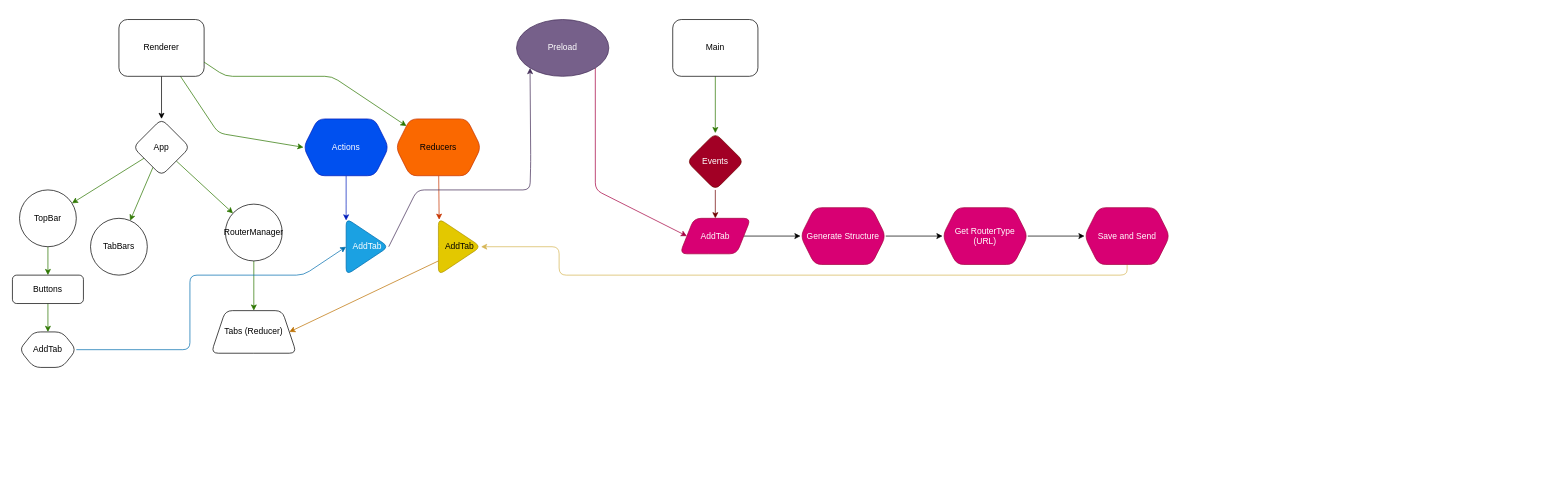
Above: Drawio/router.drawio in FrostBreker/AeroBrowser (draw.io), before the change. Source tidied: cells renumbered, new cells numbered last; positions are measured from the earlier drawing's top-left corner, leaving out a move shared by most shapes. Both pictures are drawn from the tidied source at 71%, with x=0, y=0 at pixel (12, 19).
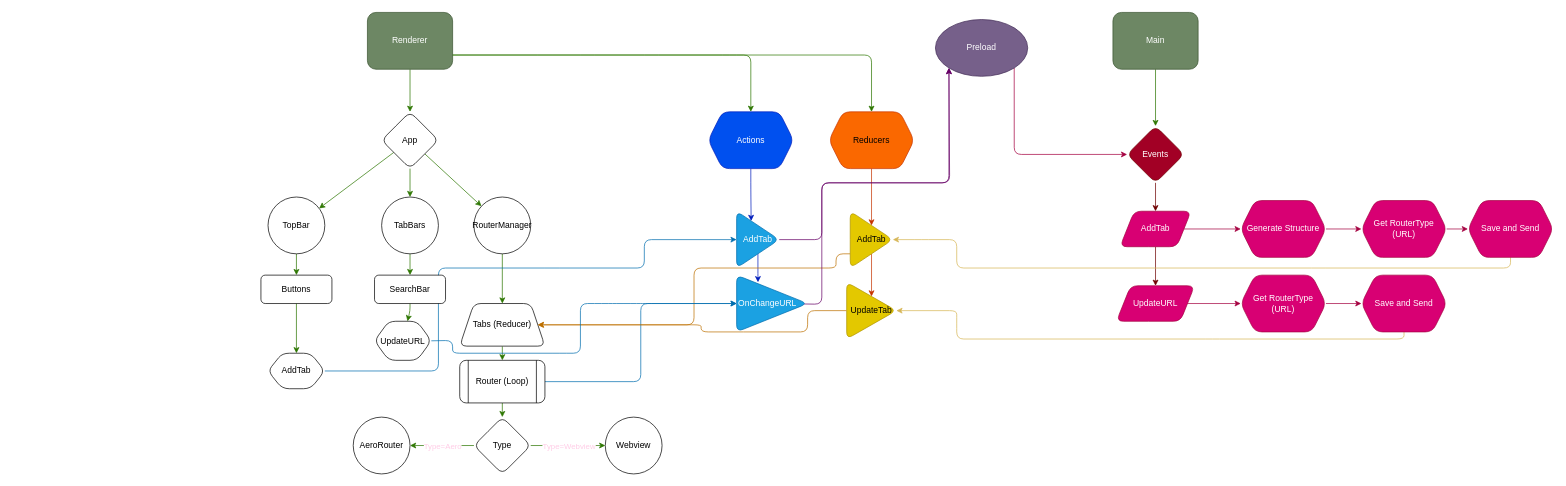
The same diagram, later.

Commit message:
Continue working on the router architecture

Diff of the diagram source:
```diff
@@
-    <mxCell id="2" style="edgeStyle=none;html=1;rounded=1;" parent="1" edge="1" source="4" target="13">
+    <mxCell id="2" style="edgeStyle=none;html=1;rounded=1;fillColor=#60a917;strokeColor=#2D7600;" parent="1" edge="1" source="4" target="13">
       <mxGeometry relative="1" as="geometry" />
     </mxCell>
-    <mxCell id="3" style="edgeStyle=none;html=1;entryX=0;entryY=0.5;entryDx=0;entryDy=0;fillColor=#60a917;strokeColor=#2D7600;" parent="1" edge="1" source="4" target="23">
+    <mxCell id="3" style="edgeStyle=none;html=1;entryX=0.5;entryY=0;entryDx=0;entryDy=0;fillColor=#60a917;strokeColor=#2D7600;exitX=1;exitY=0.75;exitDx=0;exitDy=0;" parent="1" edge="1" source="4" target="23">
       <mxGeometry relative="1" as="geometry">
         <Array as="points">
-          <mxPoint x="290" y="160" />
+          <mxPoint x="750" y="50" />
+          <mxPoint x="900" y="50" />
+          <mxPoint x="1040" y="50" />
         </Array>
       </mxGeometry>
     </mxCell>
-    <mxCell id="4" value="Renderer" style="whiteSpace=wrap;html=1;rounded=1;" parent="1" vertex="1">
-      <mxGeometry x="150" width="120" height="80" as="geometry" />
+    <mxCell id="4" value="Renderer" style="whiteSpace=wrap;html=1;rounded=1;fillColor=#6d8764;fontColor=#ffffff;strokeColor=#3A5431;" parent="1" vertex="1">
+      <mxGeometry x="500" y="-10" width="120" height="80" as="geometry" />
     </mxCell>
@@
-    <mxCell id="6" value="Main" style="whiteSpace=wrap;html=1;rounded=1;" parent="1" vertex="1">
-      <mxGeometry x="930" width="120" height="80" as="geometry" />
+    <mxCell id="6" value="Main" style="whiteSpace=wrap;html=1;rounded=1;fillColor=#6d8764;fontColor=#ffffff;strokeColor=#3A5431;" parent="1" vertex="1">
+      <mxGeometry x="1550" y="-10" width="120" height="80" as="geometry" />
     </mxCell>
-    <mxCell id="7" style="edgeStyle=none;html=1;exitX=1;exitY=1;exitDx=0;exitDy=0;entryX=0;entryY=0.5;entryDx=0;entryDy=0;fillColor=#d80073;strokeColor=#A50040;" parent="1" edge="1" source="8" target="35">
+    <mxCell id="7" style="edgeStyle=none;html=1;exitX=1;exitY=1;exitDx=0;exitDy=0;entryX=0;entryY=0.5;entryDx=0;entryDy=0;fillColor=#d80073;strokeColor=#A50040;" parent="1" edge="1" source="8" target="25">
       <mxGeometry relative="1" as="geometry">
         <Array as="points">
-          <mxPoint x="821" y="240" />
+          <mxPoint x="1411" y="190" />
         </Array>
       </mxGeometry>
     </mxCell>
     <mxCell id="8" value="Preload" style="ellipse;whiteSpace=wrap;html=1;rounded=1;fillColor=#76608a;fontColor=#ffffff;strokeColor=#432D57;" parent="1" vertex="1">
-      <mxGeometry x="710" width="130" height="80" as="geometry" />
+      <mxGeometry x="1300" width="130" height="80" as="geometry" />
     </mxCell>
@@
     <mxCell id="12" style="edgeStyle=none;html=1;exitX=1;exitY=0.75;exitDx=0;exitDy=0;fillColor=#60a917;strokeColor=#2D7600;" parent="1" edge="1" source="4" target="21">
       <mxGeometry relative="1" as="geometry">
         <Array as="points">
-          <mxPoint x="300" y="80" />
-          <mxPoint x="450" y="80" />
+          <mxPoint x="810" y="50" />
+          <mxPoint x="1010" y="50" />
+          <mxPoint x="1210" y="50" />
         </Array>
       </mxGeometry>
     </mxCell>
     <mxCell id="13" value="App" style="rhombus;whiteSpace=wrap;html=1;rounded=1;" parent="1" vertex="1">
-      <mxGeometry x="170" y="140" width="80" height="80" as="geometry" />
+      <mxGeometry x="520" y="130" width="80" height="80" as="geometry" />
     </mxCell>
@@
     <mxCell id="15" value="RouterManager" style="ellipse;whiteSpace=wrap;html=1;rounded=1;" parent="1" vertex="1">
-      <mxGeometry x="300" y="260" width="80" height="80" as="geometry" />
+      <mxGeometry x="650" y="250" width="80" height="80" as="geometry" />
     </mxCell>
@@
     <mxCell id="17" value="TopBar" style="ellipse;whiteSpace=wrap;html=1;rounded=1;" parent="1" vertex="1">
-      <mxGeometry x="10" y="240" width="80" height="80" as="geometry" />
+      <mxGeometry x="360" y="250" width="80" height="80" as="geometry" />
     </mxCell>
+    <mxCell id="42" style="edgeStyle=none;rounded=1;jumpStyle=none;html=1;exitX=0.5;exitY=1;exitDx=0;exitDy=0;entryX=0.5;entryY=0;entryDx=0;entryDy=0;strokeColor=#2D7600;fontFamily=Helvetica;fontColor=#FFCCE6;startArrow=none;startFill=0;elbow=vertical;fillColor=#60a917;" parent="1" edge="1" source="18" target="68">
+      <mxGeometry relative="1" as="geometry" />
+    </mxCell>
     <mxCell id="18" value="TabBars" style="ellipse;whiteSpace=wrap;html=1;rounded=1;" parent="1" vertex="1">
-      <mxGeometry x="110" y="280" width="80" height="80" as="geometry" />
+      <mxGeometry x="520" y="250" width="80" height="80" as="geometry" />
     </mxCell>
+    <mxCell id="43" style="edgeStyle=none;html=1;fillColor=#60a917;strokeColor=#2D7600;" parent="1" edge="1" source="19" target="49">
+      <mxGeometry relative="1" as="geometry" />
+    </mxCell>
     <mxCell id="19" value="Tabs (Reducer)" style="shape=trapezoid;perimeter=trapezoidPerimeter;whiteSpace=wrap;html=1;fixedSize=1;rounded=1;" parent="1" vertex="1">
-      <mxGeometry x="280" y="410" width="120" height="60" as="geometry" />
+      <mxGeometry x="630" y="400" width="120" height="60" as="geometry" />
     </mxCell>
-    <mxCell id="20" style="edgeStyle=none;html=1;entryX=0.017;entryY=0.025;entryDx=0;entryDy=0;entryPerimeter=0;fillColor=#fa6800;strokeColor=#C73500;" parent="1" edge="1" source="21" target="33">
+    <mxCell id="20" style="edgeStyle=none;html=1;fillColor=#fa6800;strokeColor=#C73500;" parent="1" edge="1" source="21" target="33">
       <mxGeometry relative="1" as="geometry" />
     </mxCell>
     <mxCell id="21" value="Reducers" style="shape=hexagon;perimeter=hexagonPerimeter2;whiteSpace=wrap;html=1;fixedSize=1;rounded=1;fillColor=#fa6800;fontColor=#000000;strokeColor=#C73500;" parent="1" vertex="1">
-      <mxGeometry x="540" y="140" width="120" height="80" as="geometry" />
+      <mxGeometry x="1150" y="130" width="120" height="80" as="geometry" />
     </mxCell>
-    <mxCell id="22" style="edgeStyle=none;html=1;entryX=0;entryY=0.038;entryDx=0;entryDy=0;entryPerimeter=0;fillColor=#0050ef;strokeColor=#001DBC;" parent="1" edge="1" source="23" target="31">
-      <mxGeometry relative="1" as="geometry">
-        <Array as="points">
-          <mxPoint x="470" y="270" />
-        </Array>
-      </mxGeometry>
+    <mxCell id="22" style="edgeStyle=orthogonalEdgeStyle;rounded=1;jumpStyle=none;html=1;exitX=0.5;exitY=1;exitDx=0;exitDy=0;entryX=0.341;entryY=0.171;entryDx=0;entryDy=0;entryPerimeter=0;strokeColor=#001DBC;fontFamily=Helvetica;fontColor=#FFCCE6;startArrow=none;startFill=0;elbow=vertical;fillColor=#0050ef;" parent="1" edge="1" source="23" target="31">
+      <mxGeometry relative="1" as="geometry" />
     </mxCell>
     <mxCell id="23" value="Actions" style="shape=hexagon;perimeter=hexagonPerimeter2;whiteSpace=wrap;html=1;fixedSize=1;rounded=1;fillColor=#0050ef;fontColor=#ffffff;strokeColor=#001DBC;" parent="1" vertex="1">
-      <mxGeometry x="410" y="140" width="120" height="80" as="geometry" />
+      <mxGeometry x="980" y="130" width="120" height="80" as="geometry" />
     </mxCell>
@@
     <mxCell id="25" value="Events" style="rhombus;whiteSpace=wrap;html=1;rounded=1;fillColor=#a20025;fontColor=#ffffff;strokeColor=#6F0000;" parent="1" vertex="1">
-      <mxGeometry x="950" y="160" width="80" height="80" as="geometry" />
+      <mxGeometry x="1570" y="150" width="80" height="80" as="geometry" />
     </mxCell>
@@
     <mxCell id="27" value="Buttons" style="rounded=1;whiteSpace=wrap;html=1;" parent="1" vertex="1">
-      <mxGeometry y="360" width="100" height="40" as="geometry" />
+      <mxGeometry x="350" y="360" width="100" height="40" as="geometry" />
     </mxCell>
     <mxCell id="28" style="edgeStyle=none;html=1;exitX=1;exitY=0.5;exitDx=0;exitDy=0;entryX=0;entryY=0.5;entryDx=0;entryDy=0;fillColor=#1ba1e2;strokeColor=#006EAF;" parent="1" edge="1" source="29" target="31">
       <mxGeometry relative="1" as="geometry">
         <Array as="points">
-          <mxPoint x="250" y="465" />
-          <mxPoint x="250" y="360" />
-          <mxPoint x="410" y="360" />
+          <mxPoint x="600" y="495" />
+          <mxPoint x="600" y="350" />
+          <mxPoint x="760" y="350" />
+          <mxPoint x="890" y="350" />
+          <mxPoint x="890" y="310" />
         </Array>
       </mxGeometry>
     </mxCell>
     <mxCell id="29" value="AddTab" style="shape=hexagon;perimeter=hexagonPerimeter2;whiteSpace=wrap;html=1;fixedSize=1;rounded=1;" parent="1" vertex="1">
-      <mxGeometry x="10" y="440" width="80" height="50" as="geometry" />
+      <mxGeometry x="360" y="470" width="80" height="50" as="geometry" />
     </mxCell>
-    <mxCell id="30" style="edgeStyle=none;html=1;exitX=1;exitY=0.5;exitDx=0;exitDy=0;entryX=0;entryY=1;entryDx=0;entryDy=0;fillColor=#76608a;strokeColor=#432D57;" parent="1" edge="1" source="31" target="8">
+    <mxCell id="30" style="edgeStyle=none;html=1;exitX=1;exitY=0.5;exitDx=0;exitDy=0;entryX=0;entryY=1;entryDx=0;entryDy=0;fillColor=#76608a;strokeColor=#660066;" parent="1" edge="1" source="31" target="8">
       <mxGeometry relative="1" as="geometry">
         <Array as="points">
-          <mxPoint x="570" y="240" />
-          <mxPoint x="729" y="240" />
-          <mxPoint x="730" y="200" />
+          <mxPoint x="1140" y="310" />
+          <mxPoint x="1140" y="230" />
+          <mxPoint x="1319" y="230" />
         </Array>
       </mxGeometry>
     </mxCell>
+    <mxCell id="44" style="edgeStyle=orthogonalEdgeStyle;rounded=1;jumpStyle=none;html=1;exitX=0.5;exitY=1;exitDx=0;exitDy=0;entryX=0.301;entryY=0.125;entryDx=0;entryDy=0;entryPerimeter=0;strokeColor=#001DBC;fontFamily=Helvetica;fontColor=#FFCCE6;startArrow=none;startFill=0;elbow=vertical;fillColor=#0050ef;" parent="1" edge="1" source="31" target="66">
+      <mxGeometry relative="1" as="geometry" />
+    </mxCell>
     <mxCell id="31" value="AddTab" style="triangle;whiteSpace=wrap;html=1;rounded=1;rotation=0;fillColor=#1ba1e2;fontColor=#ffffff;strokeColor=#006EAF;" parent="1" vertex="1">
-      <mxGeometry x="470" y="280" width="60" height="80" as="geometry" />
+      <mxGeometry x="1020" y="270" width="60" height="80" as="geometry" />
     </mxCell>
     <mxCell id="32" style="edgeStyle=none;html=1;exitX=0;exitY=0.75;exitDx=0;exitDy=0;entryX=1;entryY=0.5;entryDx=0;entryDy=0;fillColor=#f0a30a;strokeColor=#BD7000;" parent="1" edge="1" source="33" target="19">
-      <mxGeometry relative="1" as="geometry" />
+      <mxGeometry relative="1" as="geometry">
+        <Array as="points">
+          <mxPoint x="1160" y="330" />
+          <mxPoint x="1160" y="350" />
+          <mxPoint x="960" y="350" />
+          <mxPoint x="960" y="430" />
+        </Array>
+      </mxGeometry>
     </mxCell>
+    <mxCell id="45" style="edgeStyle=none;html=1;fillColor=#fa6800;strokeColor=#C73500;" parent="1" edge="1" source="33" target="57">
+      <mxGeometry relative="1" as="geometry" />
+    </mxCell>
     <mxCell id="33" value="AddTab" style="triangle;whiteSpace=wrap;html=1;rounded=1;rotation=0;fillColor=#e3c800;fontColor=#000000;strokeColor=#B09500;" parent="1" vertex="1">
-      <mxGeometry x="600" y="280" width="60" height="80" as="geometry" />
+      <mxGeometry x="1180" y="270" width="60" height="80" as="geometry" />
     </mxCell>
-    <mxCell id="34" style="edgeStyle=none;html=1;" parent="1" edge="1" source="35" target="37">
+    <mxCell id="34" style="edgeStyle=none;html=1;fillColor=#d80073;strokeColor=#A50040;" parent="1" edge="1" source="35" target="37">
       <mxGeometry relative="1" as="geometry" />
     </mxCell>
+    <mxCell id="46" style="edgeStyle=none;html=1;fillColor=#a20025;strokeColor=#6F0000;" parent="1" edge="1" source="35" target="51">
+      <mxGeometry relative="1" as="geometry" />
+    </mxCell>
     <mxCell id="35" value="AddTab" style="shape=parallelogram;perimeter=parallelogramPerimeter;whiteSpace=wrap;html=1;fixedSize=1;rounded=1;fillColor=#d80073;fontColor=#ffffff;strokeColor=#A50040;" parent="1" vertex="1">
-      <mxGeometry x="940" y="280" width="100" height="50" as="geometry" />
+      <mxGeometry x="1560" y="270" width="100" height="50" as="geometry" />
     </mxCell>
-    <mxCell id="36" style="edgeStyle=none;html=1;" parent="1" edge="1" source="37" target="39">
+    <mxCell id="36" style="edgeStyle=none;html=1;fillColor=#d80073;strokeColor=#A50040;" parent="1" edge="1" source="37" target="39">
       <mxGeometry relative="1" as="geometry" />
     </mxCell>
     <mxCell id="37" value="Generate Structure" style="shape=hexagon;perimeter=hexagonPerimeter2;whiteSpace=wrap;html=1;fixedSize=1;fillColor=#d80073;strokeColor=#A50040;fontColor=#ffffff;rounded=1;" parent="1" vertex="1">
-      <mxGeometry x="1110" y="265" width="120" height="80" as="geometry" />
+      <mxGeometry x="1730" y="255" width="120" height="80" as="geometry" />
     </mxCell>
-    <mxCell id="38" style="edgeStyle=none;html=1;" parent="1" edge="1" source="39" target="41">
+    <mxCell id="38" style="edgeStyle=none;html=1;fillColor=#d80073;strokeColor=#A50040;" parent="1" edge="1" source="39" target="41">
       <mxGeometry relative="1" as="geometry" />
     </mxCell>
     <mxCell id="39" value="Get RouterType (URL)" style="shape=hexagon;perimeter=hexagonPerimeter2;whiteSpace=wrap;html=1;fixedSize=1;fillColor=#d80073;strokeColor=#A50040;fontColor=#ffffff;rounded=1;" parent="1" vertex="1">
-      <mxGeometry x="1310" y="265" width="120" height="80" as="geometry" />
+      <mxGeometry x="1900" y="255" width="120" height="80" as="geometry" />
     </mxCell>
-    <mxCell id="40" style="edgeStyle=none;html=1;exitX=0.5;exitY=1;exitDx=0;exitDy=0;fillColor=#fff2cc;strokeColor=#d6b656;" parent="1" edge="1" source="41" target="33">
+    <mxCell id="40" style="edgeStyle=none;html=1;exitX=0.5;exitY=1;exitDx=0;exitDy=0;fillColor=#fff2cc;strokeColor=#d6b656;entryX=1;entryY=0.5;entryDx=0;entryDy=0;" parent="1" edge="1" source="41" target="33">
       <mxGeometry relative="1" as="geometry">
         <Array as="points">
-          <mxPoint x="1570" y="360" />
-          <mxPoint x="770" y="360" />
-          <mxPoint x="770" y="320" />
+          <mxPoint x="2110" y="350" />
+          <mxPoint x="1840" y="350" />
+          <mxPoint x="1330" y="350" />
+          <mxPoint x="1330" y="310" />
+          <mxPoint x="1280" y="310" />
         </Array>
       </mxGeometry>
     </mxCell>
     <mxCell id="41" value="Save and Send" style="shape=hexagon;perimeter=hexagonPerimeter2;whiteSpace=wrap;html=1;fixedSize=1;fillColor=#d80073;strokeColor=#A50040;fontColor=#ffffff;rounded=1;" parent="1" vertex="1">
-      <mxGeometry x="1510" y="265" width="120" height="80" as="geometry" />
+      <mxGeometry x="2050" y="255" width="120" height="80" as="geometry" />
     </mxCell>
+    <mxCell id="47" style="edgeStyle=none;html=1;fillColor=#60a917;strokeColor=#2D7600;" parent="1" edge="1" source="49" target="62">
+      <mxGeometry relative="1" as="geometry" />
+    </mxCell>
+    <mxCell id="48" style="edgeStyle=orthogonalEdgeStyle;rounded=1;jumpStyle=none;html=1;exitX=1;exitY=0.5;exitDx=0;exitDy=0;entryX=0;entryY=0.5;entryDx=0;entryDy=0;strokeColor=#006EAF;fontFamily=Helvetica;fontColor=#FFCCE6;startArrow=none;startFill=0;elbow=vertical;fillColor=#1ba1e2;" parent="1" edge="1" source="49" target="66">
+      <mxGeometry relative="1" as="geometry" />
+    </mxCell>
+    <mxCell id="49" value="Router (Loop)" style="shape=process;whiteSpace=wrap;html=1;backgroundOutline=1;rounded=1;" parent="1" vertex="1">
+      <mxGeometry x="630" y="480" width="120" height="60" as="geometry" />
+    </mxCell>
+    <mxCell id="50" style="edgeStyle=none;html=1;fillColor=#d80073;strokeColor=#A50040;" parent="1" edge="1" source="51" target="53">
+      <mxGeometry relative="1" as="geometry" />
+    </mxCell>
+    <mxCell id="51" value="UpdateURL" style="shape=parallelogram;perimeter=parallelogramPerimeter;whiteSpace=wrap;html=1;fixedSize=1;fillColor=#d80073;strokeColor=#A50040;fontColor=#ffffff;rounded=1;" parent="1" vertex="1">
+      <mxGeometry x="1555" y="375" width="110" height="50" as="geometry" />
+    </mxCell>
+    <mxCell id="52" style="edgeStyle=none;html=1;fillColor=#d80073;strokeColor=#A50040;" parent="1" edge="1" source="53" target="55">
+      <mxGeometry relative="1" as="geometry" />
+    </mxCell>
+    <mxCell id="53" value="Get RouterType (URL)" style="shape=hexagon;perimeter=hexagonPerimeter2;whiteSpace=wrap;html=1;fixedSize=1;fillColor=#d80073;strokeColor=#A50040;fontColor=#ffffff;rounded=1;" parent="1" vertex="1">
+      <mxGeometry x="1730" y="360" width="120" height="80" as="geometry" />
+    </mxCell>
+    <mxCell id="54" style="edgeStyle=none;html=1;exitX=0.5;exitY=1;exitDx=0;exitDy=0;entryX=1;entryY=0.5;entryDx=0;entryDy=0;strokeColor=#D6B656;" parent="1" edge="1" source="55" target="57">
+      <mxGeometry relative="1" as="geometry">
+        <Array as="points">
+          <mxPoint x="1960" y="450" />
+          <mxPoint x="1690" y="450" />
+          <mxPoint x="1330" y="450" />
+          <mxPoint x="1330" y="430" />
+          <mxPoint x="1330" y="410" />
+        </Array>
+      </mxGeometry>
+    </mxCell>
+    <mxCell id="55" value="Save and Send" style="shape=hexagon;perimeter=hexagonPerimeter2;whiteSpace=wrap;html=1;fixedSize=1;fillColor=#d80073;strokeColor=#A50040;fontColor=#ffffff;rounded=1;" parent="1" vertex="1">
+      <mxGeometry x="1900" y="360" width="120" height="80" as="geometry" />
+    </mxCell>
+    <mxCell id="56" style="edgeStyle=none;html=1;exitX=0;exitY=0.5;exitDx=0;exitDy=0;entryX=1;entryY=0.5;entryDx=0;entryDy=0;strokeColor=#BD7000;" parent="1" edge="1" source="57" target="19">
+      <mxGeometry relative="1" as="geometry">
+        <Array as="points">
+          <mxPoint x="1120" y="410" />
+          <mxPoint x="1120" y="440" />
+          <mxPoint x="1040" y="440" />
+          <mxPoint x="970" y="440" />
+          <mxPoint x="970" y="430" />
+        </Array>
+      </mxGeometry>
+    </mxCell>
+    <mxCell id="57" value="UpdateTab" style="triangle;whiteSpace=wrap;html=1;rounded=1;rotation=0;fillColor=#e3c800;fontColor=#000000;strokeColor=#B09500;" parent="1" vertex="1">
+      <mxGeometry x="1175" y="370" width="70" height="80" as="geometry" />
+    </mxCell>
+    <mxCell id="58" style="edgeStyle=none;html=1;fontFamily=Helvetica;fillColor=#60a917;strokeColor=#2D7600;" parent="1" edge="1" source="62" target="63">
+      <mxGeometry relative="1" as="geometry" />
+    </mxCell>
+    <mxCell id="59" value="Type=Webview" style="edgeLabel;html=1;align=center;verticalAlign=middle;fontFamily=Helvetica;fontColor=#FFCCE6;" parent="58" vertex="1">
+      <mxGeometry relative="1" as="geometry" />
+    </mxCell>
+    <mxCell id="60" style="edgeStyle=none;html=1;fontFamily=Helvetica;fillColor=#60a917;strokeColor=#2D7600;" parent="1" edge="1" source="62" target="64">
+      <mxGeometry relative="1" as="geometry" />
+    </mxCell>
+    <mxCell id="61" value="Type=Aero" style="edgeLabel;html=1;align=center;verticalAlign=middle;fontFamily=Helvetica;fontColor=#FFCCE6;" parent="60" vertex="1">
+      <mxGeometry relative="1" as="geometry" />
+    </mxCell>
+    <mxCell id="62" value="Type" style="rhombus;whiteSpace=wrap;html=1;rounded=1;" parent="1" vertex="1">
+      <mxGeometry x="650" y="560" width="80" height="80" as="geometry" />
+    </mxCell>
+    <mxCell id="63" value="Webview" style="ellipse;whiteSpace=wrap;html=1;rounded=1;" parent="1" vertex="1">
+      <mxGeometry x="835" y="560" width="80" height="80" as="geometry" />
+    </mxCell>
+    <mxCell id="64" value="AeroRouter" style="ellipse;whiteSpace=wrap;html=1;rounded=1;" parent="1" vertex="1">
+      <mxGeometry x="480" y="560" width="80" height="80" as="geometry" />
+    </mxCell>
+    <mxCell id="65" style="html=1;exitX=0.944;exitY=0.508;exitDx=0;exitDy=0;strokeColor=#660066;fontFamily=Helvetica;fontColor=#FFCCE6;startArrow=none;startFill=0;elbow=vertical;rounded=1;jumpStyle=none;exitPerimeter=0;entryX=0;entryY=1;entryDx=0;entryDy=0;" parent="1" edge="1" source="66" target="8">
+      <mxGeometry relative="1" as="geometry">
+        <Array as="points">
+          <mxPoint x="1140" y="401" />
+          <mxPoint x="1140" y="230" />
+          <mxPoint x="1320" y="230" />
+        </Array>
+      </mxGeometry>
+    </mxCell>
+    <mxCell id="66" value="OnChangeURL" style="triangle;rounded=1;rotation=0;fillColor=#1ba1e2;fontColor=#ffffff;strokeColor=#006EAF;labelPosition=center;verticalLabelPosition=middle;align=center;verticalAlign=middle;whiteSpace=wrap;html=1;spacingTop=0;spacingLeft=-13;" parent="1" vertex="1">
+      <mxGeometry x="1020" y="360" width="100" height="80" as="geometry" />
+    </mxCell>
+    <mxCell id="67" style="edgeStyle=none;rounded=1;jumpStyle=none;html=1;strokeColor=#2D7600;fontFamily=Helvetica;fontColor=#FFCCE6;startArrow=none;startFill=0;elbow=vertical;fillColor=#60a917;" parent="1" edge="1" source="68" target="70">
+      <mxGeometry relative="1" as="geometry">
+        <Array as="points">
+          <mxPoint x="560" y="410" />
+        </Array>
+      </mxGeometry>
+    </mxCell>
+    <mxCell id="68" value="SearchBar" style="rounded=1;whiteSpace=wrap;html=1;" parent="1" vertex="1">
+      <mxGeometry x="510" y="360" width="100" height="40" as="geometry" />
+    </mxCell>
+    <mxCell id="69" style="edgeStyle=none;rounded=1;jumpStyle=none;html=1;exitX=1;exitY=0.5;exitDx=0;exitDy=0;strokeColor=#006EAF;fontFamily=Helvetica;fontColor=#FFCCE6;startArrow=none;startFill=0;elbow=vertical;fillColor=#1ba1e2;" parent="1" edge="1" source="70" target="66">
+      <mxGeometry relative="1" as="geometry">
+        <Array as="points">
+          <mxPoint x="620" y="452" />
+          <mxPoint x="620" y="470" />
+          <mxPoint x="770" y="470" />
+          <mxPoint x="800" y="470" />
+          <mxPoint x="800" y="400" />
+          <mxPoint x="830" y="400" />
+          <mxPoint x="850" y="400" />
+          <mxPoint x="880" y="400" />
+          <mxPoint x="890" y="400" />
+        </Array>
+      </mxGeometry>
+    </mxCell>
+    <mxCell id="70" value="UpdateURL" style="shape=hexagon;perimeter=hexagonPerimeter2;whiteSpace=wrap;html=1;fixedSize=1;rounded=1;" parent="1" vertex="1">
+      <mxGeometry x="510" y="425" width="80" height="55" as="geometry" />
+    </mxCell>
```
